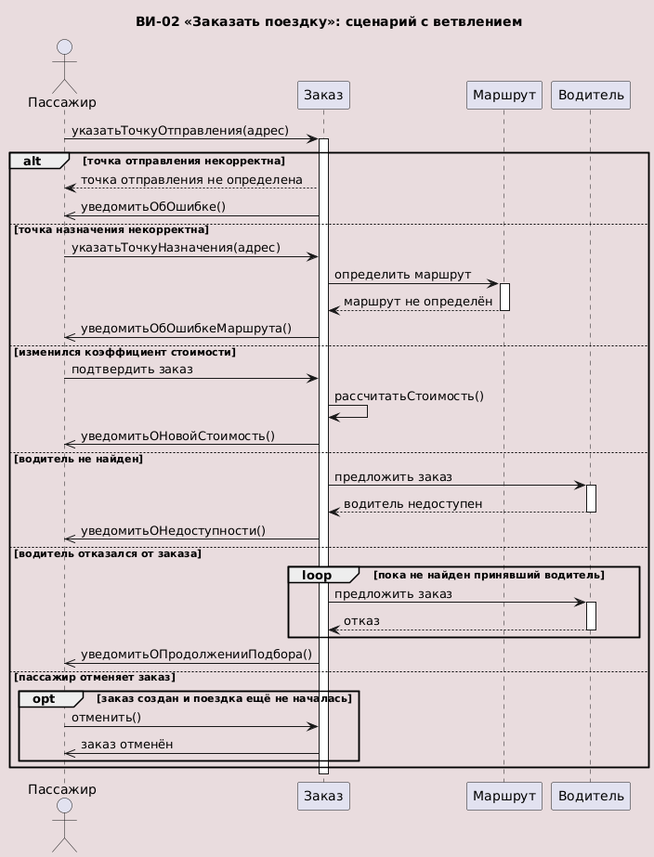
Before: out/png/alt-flow.png, a diagram exported from PlantUML (Allureeee/uml-kuznetsova-20). The source it was exported from:
```plantuml
@startuml
!include ../../_style.puml

title ВИ-02 «Заказать поездку»: сценарий с ветвлением

actor "Пассажир" as passenger

participant "Заказ" as order
participant "Маршрут" as route
participant "Водитель" as driver

passenger -> order : указатьТочкуОтправления(адрес)
activate order

alt точка отправления некорректна
    order --> passenger : точка отправления не определена
    order ->> passenger : уведомитьОбОшибке()

else точка назначения некорректна
    passenger -> order : указатьТочкуНазначения(адрес)
    order -> route : определить маршрут
    activate route
    route --> order : маршрут не определён
    deactivate route
    order ->> passenger : уведомитьОбОшибкеМаршрута()

else изменился коэффициент стоимости
    passenger -> order : подтвердить заказ
    order -> order : рассчитатьСтоимость()
    order ->> passenger : уведомитьОНовойСтоимость()

else водитель не найден
    order -> driver : предложить заказ
    activate driver
    driver --> order : водитель недоступен
    deactivate driver
    order ->> passenger : уведомитьОНедоступности()

else водитель отказался от заказа
    loop пока не найден принявший водитель
        order -> driver : предложить заказ
        activate driver
        driver --> order : отказ
        deactivate driver
    end
    order ->> passenger : уведомитьОПродолженииПодбора()

else пассажир отменяет заказ
    opt заказ создан и поездка ещё не началась
        passenger -> order : отменить()
        order ->> passenger : заказ отменён
    end
end
deactivate order
@enduml
```
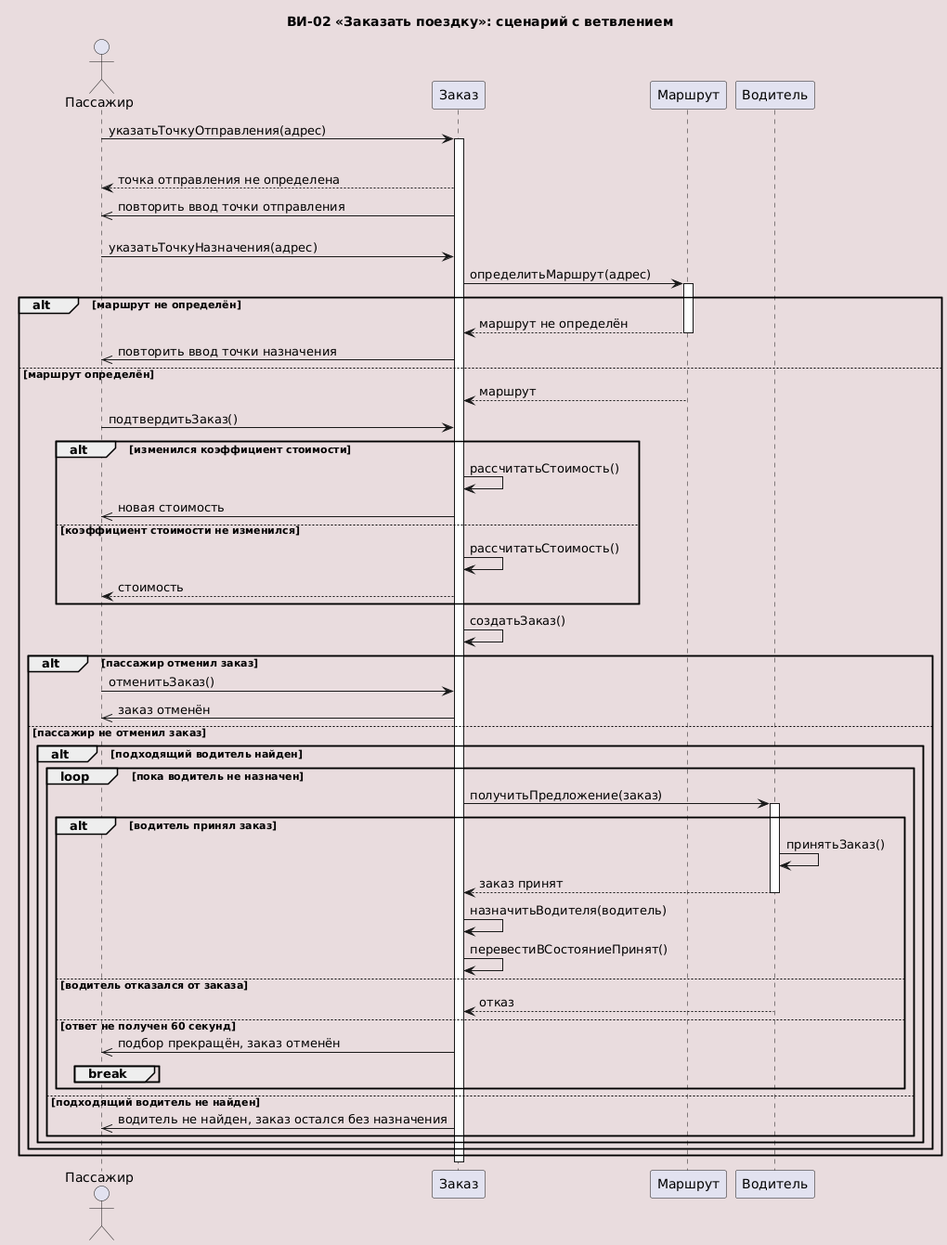
The same file after the commit.

The edit, as a diff of the source:
```diff
@@ -4,7 +4,6 @@
 title ВИ-02 «Заказать поездку»: сценарий с ветвлением
 
 actor "Пассажир" as passenger
-
 participant "Заказ" as order
 participant "Маршрут" as route
 participant "Водитель" as driver
@@ -14,42 +13,77 @@
 
 alt точка отправления некорректна
     order --> passenger : точка отправления не определена
-    order ->> passenger : уведомитьОбОшибке()
+    order ->> passenger : повторить ввод точки отправления
 
-else точка назначения некорректна
+else точка отправления корректна
+
     passenger -> order : указатьТочкуНазначения(адрес)
-    order -> route : определить маршрут
+    order -> route : определитьМаршрут(адрес)
     activate route
-    route --> order : маршрут не определён
-    deactivate route
-    order ->> passenger : уведомитьОбОшибкеМаршрута()
 
-else изменился коэффициент стоимости
-    passenger -> order : подтвердить заказ
-    order -> order : рассчитатьСтоимость()
-    order ->> passenger : уведомитьОНовойСтоимость()
+    alt маршрут не определён
+        route --> order : маршрут не определён
+        deactivate route
+        order ->> passenger : повторить ввод точки назначения
 
-else водитель не найден
-    order -> driver : предложить заказ
-    activate driver
-    driver --> order : водитель недоступен
-    deactivate driver
-    order ->> passenger : уведомитьОНедоступности()
+    else маршрут определён
+        route --> order : маршрут
+        deactivate route
 
-else водитель отказался от заказа
-    loop пока не найден принявший водитель
-        order -> driver : предложить заказ
-        activate driver
-        driver --> order : отказ
-        deactivate driver
-    end
-    order ->> passenger : уведомитьОПродолженииПодбора()
+        passenger -> order : подтвердитьЗаказ()
 
-else пассажир отменяет заказ
-    opt заказ создан и поездка ещё не началась
-        passenger -> order : отменить()
-        order ->> passenger : заказ отменён
+        alt изменился коэффициент стоимости
+            order -> order : рассчитатьСтоимость()
+            order ->> passenger : новая стоимость
+
+        else коэффициент стоимости не изменился
+            order -> order : рассчитатьСтоимость()
+            order --> passenger : стоимость
+        end
+
+        order -> order : создатьЗаказ()
+
+        alt пассажир отменил заказ
+            passenger -> order : отменитьЗаказ()
+            order ->> passenger : заказ отменён
+
+        else пассажир не отменил заказ
+
+            alt подходящий водитель найден
+
+                loop пока водитель не назначен
+
+                    order -> driver : получитьПредложение(заказ)
+                    activate driver
+
+                    alt водитель принял заказ
+                        driver -> driver : принятьЗаказ()
+                        driver --> order : заказ принят
+                        deactivate driver
+
+                        order -> order : назначитьВодителя(водитель)
+                        order -> order : перевестиВСостояниеПринят()
+
+                    else водитель отказался от заказа
+                        driver --> order : отказ
+                        deactivate driver
+
+                    else ответ не получен 60 секунд
+                        deactivate driver
+                        order ->> passenger : подбор прекращён, заказ отменён
+                        break
+
+                    end
+
+                end
+
+            else подходящий водитель не найден
+                order ->> passenger : водитель не найден, заказ остался без назначения
+
+            end
+        end
     end
 end
+
 deactivate order
 @enduml
```
